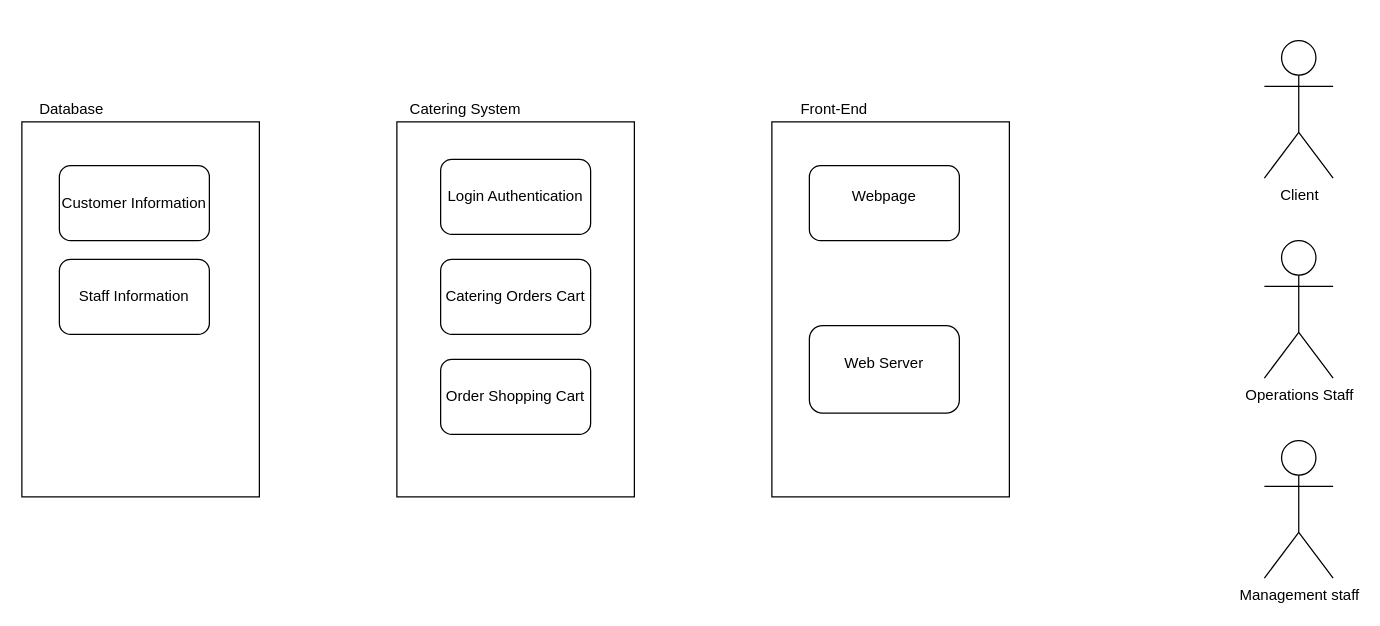
Before: highLevelPasstask2DP2.drawio in LastMinuteBanter/DistinctionTaskUML, a draw.io diagram. Source tidied: cells renumbered, new cells numbered last; positions are measured from the earlier drawing's top-left corner, leaving out a move shared by most shapes. Both pictures are drawn from the tidied source at 125%, with x=0, y=0 at pixel (21, 40).
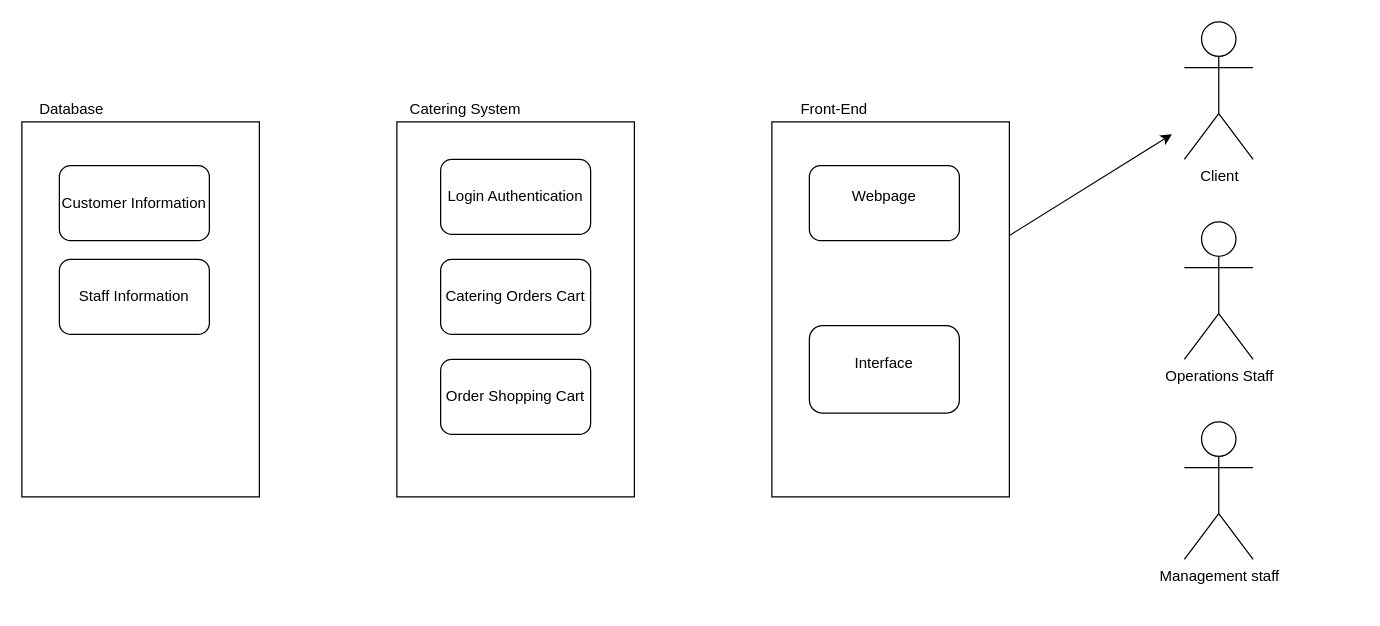
After the change.

Unchanged cells that the change refers to:
```xml
<mxCell id="2" style="rounded=0;whiteSpace=wrap;html=1;" parent="1" vertex="1">
  <mxGeometry x="600" y="65" width="190" height="300" as="geometry" />
</mxCell>
```

Diff of the diagram source:
```diff
@@
-    <mxCell id="8" value="Web Server" style="text;html=1;strokeColor=none;fillColor=none;align=center;verticalAlign=middle;whiteSpace=wrap;rounded=0;" parent="1" vertex="1">
+    <mxCell id="8" value="Interface" style="text;html=1;strokeColor=none;fillColor=none;align=center;verticalAlign=middle;whiteSpace=wrap;rounded=0;" parent="1" vertex="1">
       <mxGeometry x="655" y="248" width="70" height="20" as="geometry" />
     </mxCell>
@@
     <mxCell id="17" value="Client" style="shape=umlActor;verticalLabelPosition=bottom;verticalAlign=top;html=1;" parent="1" vertex="1">
-      <mxGeometry x="994" width="55" height="110" as="geometry" />
+      <mxGeometry x="930" y="-15" width="55" height="110" as="geometry" />
     </mxCell>
     <mxCell id="18" value="Operations Staff" style="shape=umlActor;verticalLabelPosition=bottom;verticalAlign=top;html=1;" parent="1" vertex="1">
-      <mxGeometry x="994" y="160" width="55" height="110" as="geometry" />
+      <mxGeometry x="930" y="145" width="55" height="110" as="geometry" />
     </mxCell>
     <mxCell id="19" value="Management staff" style="shape=umlActor;verticalLabelPosition=bottom;verticalAlign=top;html=1;" parent="1" vertex="1">
-      <mxGeometry x="994" y="320" width="55" height="110" as="geometry" />
+      <mxGeometry x="930" y="305" width="55" height="110" as="geometry" />
     </mxCell>
@@
+    <mxCell id="21" style="endArrow=classic;html=1;" parent="1" edge="1" source="2">
+      <mxGeometry relative="1" as="geometry">
+        <mxPoint x="920" y="75" as="targetPoint" />
+      </mxGeometry>
+    </mxCell>
```
